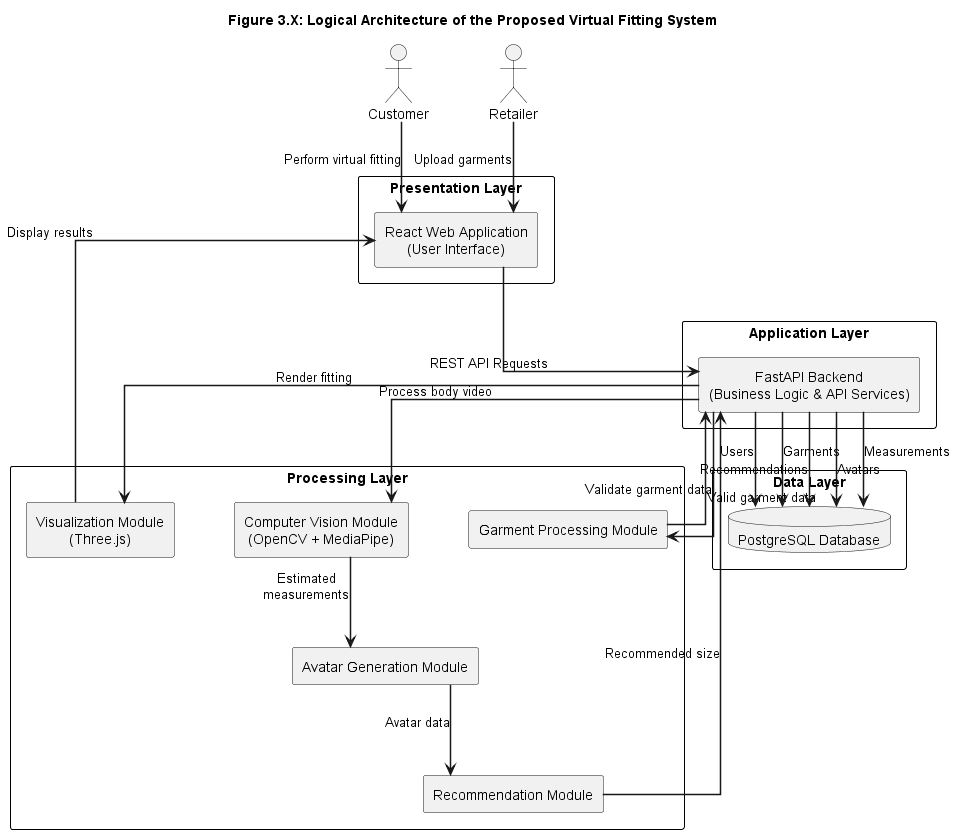
Above: docs/uml-diagrams/logical_design/Logical_Architecture.png in chris-macharia/SmartFit (PlantUML), before the change.
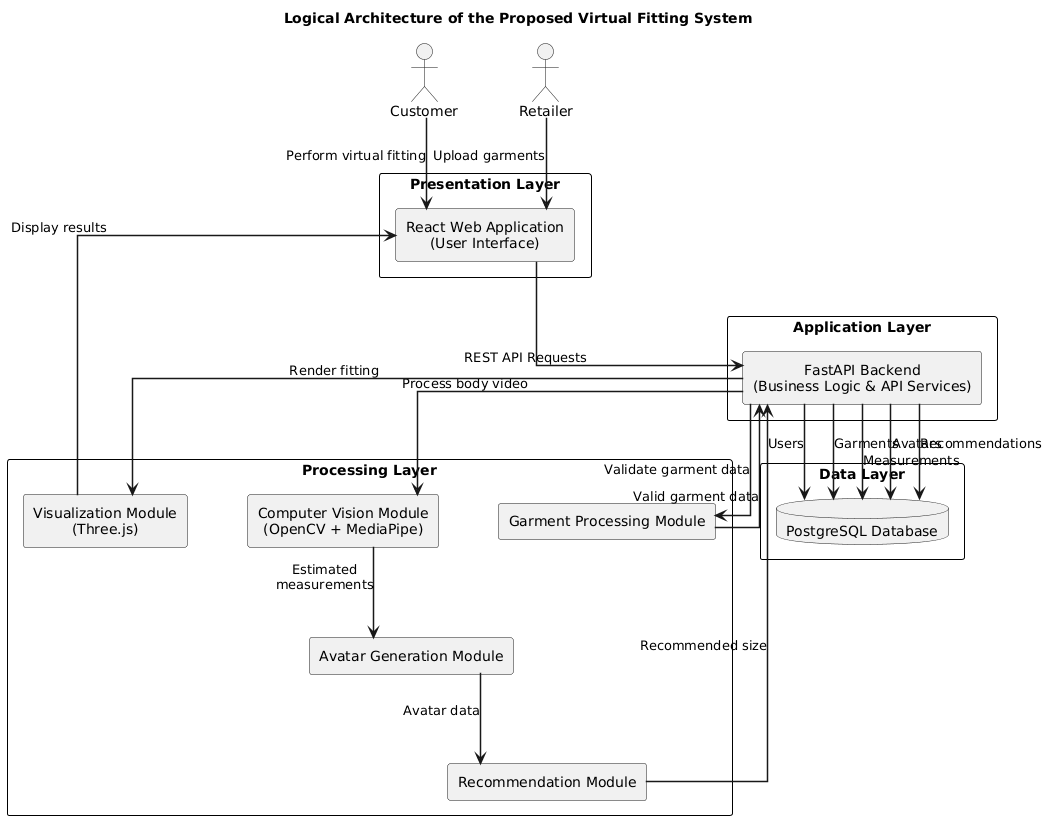
Above is the later version.

Diff of the diagram source:
```diff
@@ -1,5 +1,5 @@
-@startuml Logical_Architecture
-title Figure 3.X: Logical Architecture of the Proposed Virtual Fitting System
+@startuml
+title Logical Architecture of the Proposed Virtual Fitting System
 
 top to bottom direction
 
@@ -85,5 +85,4 @@
 Backend --> DB : Avatars
 
 Backend --> DB : Recommendations
-
 @enduml
```
